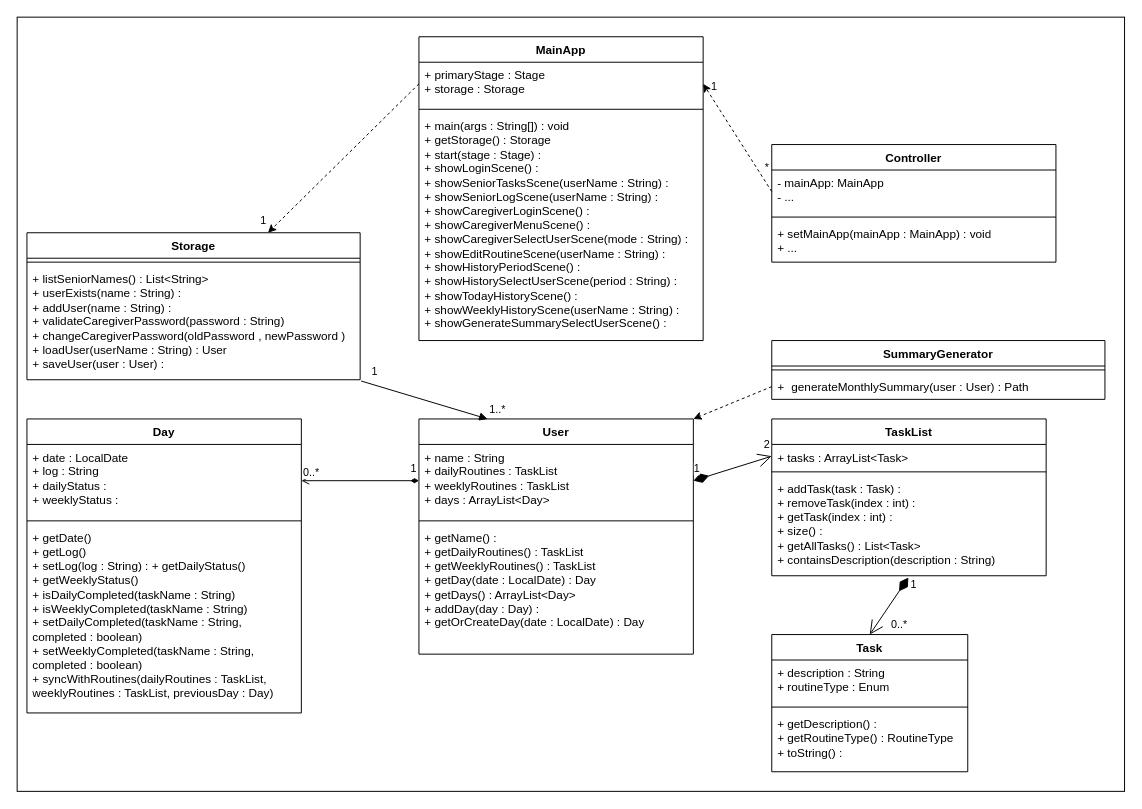
TEC-wert11/tp-refork keeps this draw.io diagram as docs/images/Class Diagram.drawio. Above is the earlier version. Source tidied: cells renumbered, new cells numbered last; positions are measured from the earlier drawing's top-left corner, leaving out a move shared by most shapes. Both pictures are drawn from the tidied source at 98%, with x=0, y=0 at pixel (17, 17).
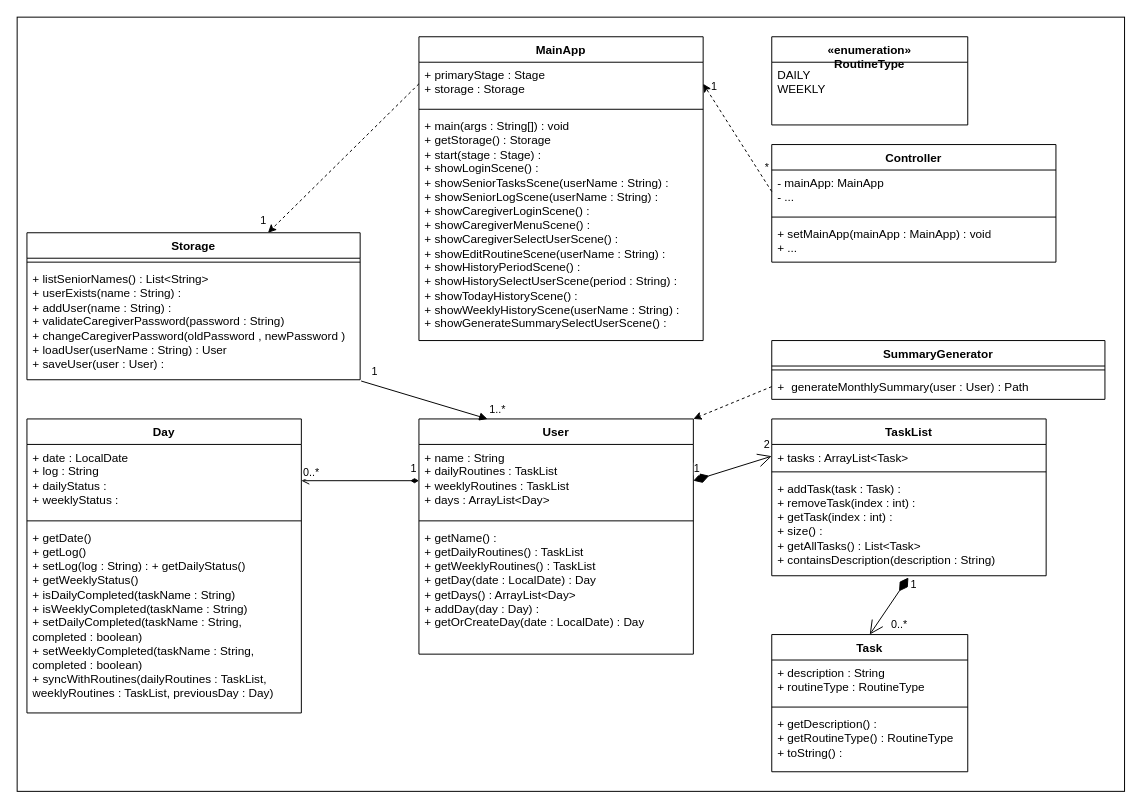
Above is the later version.

Unchanged cells that the change refers to:
```xml
<mxCell id="7" value="Task" style="swimlane;fontStyle=1;align=center;verticalAlign=top;horizontal=1;startSize=26;whiteSpace=wrap;html=1;" parent="1" vertex="1">
  <mxGeometry x="770" y="630" width="200" height="140" as="geometry" />
</mxCell>
<mxCell id="25" value="MainApp" style="swimlane;fontStyle=1;align=center;verticalAlign=top;horizontal=1;startSize=26;whiteSpace=wrap;html=1;" parent="1" vertex="1">
  <mxGeometry x="410" y="20" width="290" height="310" as="geometry" />
</mxCell>
```

Change to the diagram source:
```diff
@@
-    <mxCell id="8" value="&lt;div&gt;+ description : String&lt;/div&gt;&lt;div&gt;+ routineType : Enum&lt;/div&gt;" style="text;strokeColor=none;fillColor=none;align=left;verticalAlign=top;spacingLeft=4;spacingRight=4;overflow=hidden;whiteSpace=wrap;html=1;" parent="7" vertex="1">
+    <mxCell id="8" value="&lt;div&gt;+ description : String&lt;/div&gt;&lt;div&gt;+ routineType : RoutineType&lt;/div&gt;" style="text;strokeColor=none;fillColor=none;align=left;verticalAlign=top;spacingLeft=4;spacingRight=4;overflow=hidden;whiteSpace=wrap;html=1;" parent="7" vertex="1">
       <mxGeometry y="26" width="200" height="44" as="geometry" />
     </mxCell>
@@
-    <mxCell id="28" value="&lt;div&gt;+ main(args : String[]) : void&lt;/div&gt;&lt;div&gt;+ getStorage() : Storage&lt;/div&gt;&lt;div&gt;+ start(stage : Stage) :&amp;nbsp;&lt;/div&gt;&lt;div&gt;+ showLoginScene() :&amp;nbsp;&lt;/div&gt;&lt;div&gt;+ showSeniorTasksScene(userName : String) :&amp;nbsp;&lt;/div&gt;&lt;div&gt;+ showSeniorLogScene(userName : String) :&amp;nbsp;&lt;/div&gt;&lt;div&gt;+ showCaregiverLoginScene() :&amp;nbsp;&lt;/div&gt;&lt;div&gt;+ showCaregiverMenuScene() :&amp;nbsp;&lt;/div&gt;&lt;div&gt;+ showCaregiverSelectUserScene(mode : String) :&amp;nbsp;&lt;/div&gt;&lt;div&gt;+ showEditRoutineScene(userName : String) :&amp;nbsp;&lt;/div&gt;&lt;div&gt;+ showHistoryPeriodScene() :&amp;nbsp;&lt;/div&gt;&lt;div&gt;+ showHistorySelectUserScene(period : String) :&amp;nbsp;&lt;/div&gt;&lt;div&gt;+ showTodayHistoryScene() :&amp;nbsp;&lt;/div&gt;&lt;div&gt;+ showWeeklyHistoryScene(userName : String) :&amp;nbsp;&lt;/div&gt;&lt;div&gt;+ showGenerateSummarySelectUserScene() :&amp;nbsp;&lt;/div&gt;" style="text;strokeColor=none;fillColor=none;align=left;verticalAlign=top;spacingLeft=4;spacingRight=4;overflow=hidden;whiteSpace=wrap;html=1;" parent="25" vertex="1">
+    <mxCell id="28" value="&lt;div&gt;+ main(args : String[]) : void&lt;/div&gt;&lt;div&gt;+ getStorage() : Storage&lt;/div&gt;&lt;div&gt;+ start(stage : Stage) :&amp;nbsp;&lt;/div&gt;&lt;div&gt;+ showLoginScene() :&amp;nbsp;&lt;/div&gt;&lt;div&gt;+ showSeniorTasksScene(userName : String) :&amp;nbsp;&lt;/div&gt;&lt;div&gt;+ showSeniorLogScene(userName : String) :&amp;nbsp;&lt;/div&gt;&lt;div&gt;+ showCaregiverLoginScene() :&amp;nbsp;&lt;/div&gt;&lt;div&gt;+ showCaregiverMenuScene() :&amp;nbsp;&lt;/div&gt;&lt;div&gt;+ showCaregiverSelectUserScene() :&amp;nbsp;&lt;/div&gt;&lt;div&gt;+ showEditRoutineScene(userName : String) :&amp;nbsp;&lt;/div&gt;&lt;div&gt;+ showHistoryPeriodScene() :&amp;nbsp;&lt;/div&gt;&lt;div&gt;+ showHistorySelectUserScene(period : String) :&amp;nbsp;&lt;/div&gt;&lt;div&gt;+ showTodayHistoryScene() :&amp;nbsp;&lt;/div&gt;&lt;div&gt;+ showWeeklyHistoryScene(userName : String) :&amp;nbsp;&lt;/div&gt;&lt;div&gt;+ showGenerateSummarySelectUserScene() :&amp;nbsp;&lt;/div&gt;" style="text;strokeColor=none;fillColor=none;align=left;verticalAlign=top;spacingLeft=4;spacingRight=4;overflow=hidden;whiteSpace=wrap;html=1;" parent="25" vertex="1">
       <mxGeometry y="78" width="290" height="232" as="geometry" />
     </mxCell>
@@
+    <mxCell id="48" value="«enumeration»&lt;br&gt;RoutineType" style="swimlane;fontStyle=1;align=center;verticalAlign=top;horizontal=1;startSize=26;whiteSpace=wrap;html=1;" parent="1" vertex="1">
+      <mxGeometry x="770" y="20" width="200" height="90" as="geometry" />
+    </mxCell>
+    <mxCell id="49" value="DAILY&lt;div&gt;WEEKLY&lt;/div&gt;" style="text;strokeColor=none;fillColor=none;align=left;verticalAlign=top;spacingLeft=4;spacingRight=4;overflow=hidden;whiteSpace=wrap;html=1;" parent="48" vertex="1">
+      <mxGeometry y="26" width="200" height="40" as="geometry" />
+    </mxCell>
```
